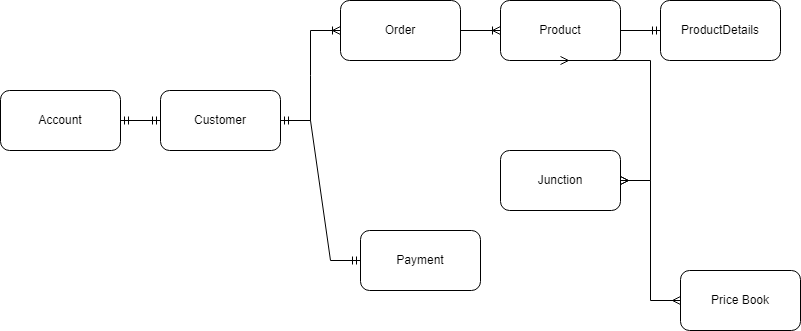
Before: ERD/P1ERD.png, a diagram exported from draw.io (22-03-14RevatureSalesforceTraining/Alchemy). Source tidied: cells renumbered, new cells last; positions are measured from the earlier drawing's top-left corner, leaving out a move shared by most shapes.
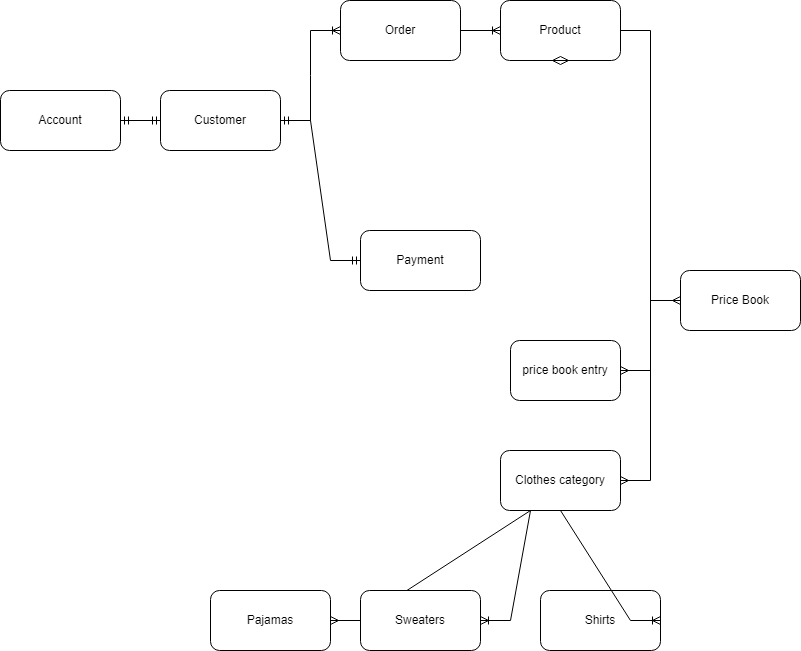
Later version of the same file.

Diff of the diagram source:
```diff
@@ -17,9 +17,6 @@
     <mxCell id="6" style="edgeStyle=entityRelationEdgeStyle;fontSize=12;html=1;endArrow=ERoneToMany;rounded=0;entryX=0;entryY=0.5;entryDx=0;entryDy=0;exitX=1;exitY=0.5;exitDx=0;exitDy=0;" parent="1" edge="1" source="4" target="5">
       <mxGeometry relative="1" as="geometry" />
     </mxCell>
-    <mxCell id="7" value="ProductDetails" style="rounded=1;whiteSpace=wrap;html=1;" parent="1" vertex="1">
-      <mxGeometry x="660" width="120" height="60" as="geometry" />
-    </mxCell>
     <mxCell id="8" value="Payment" style="rounded=1;whiteSpace=wrap;html=1;" parent="1" vertex="1">
       <mxGeometry x="360" y="230" width="120" height="60" as="geometry" />
     </mxCell>
@@ -32,11 +29,8 @@
     <mxCell id="11" style="edgeStyle=entityRelationEdgeStyle;fontSize=12;html=1;endArrow=ERmandOne;startArrow=ERmandOne;rounded=0;entryX=0;entryY=0.5;entryDx=0;entryDy=0;exitX=1;exitY=0.5;exitDx=0;exitDy=0;" parent="1" edge="1" source="2" target="8">
       <mxGeometry relative="1" as="geometry" />
     </mxCell>
-    <mxCell id="12" style="edgeStyle=entityRelationEdgeStyle;fontSize=12;html=1;endArrow=ERmandOne;rounded=0;entryX=0;entryY=0.5;entryDx=0;entryDy=0;" parent="1" edge="1" source="5" target="7">
-      <mxGeometry relative="1" as="geometry" />
-    </mxCell>
-    <mxCell id="13" value="Junction" style="rounded=1;whiteSpace=wrap;html=1;" parent="1" vertex="1">
-      <mxGeometry x="500" y="150" width="120" height="60" as="geometry" />
+    <mxCell id="13" value="price book entry" style="rounded=1;whiteSpace=wrap;html=1;" parent="1" vertex="1">
+      <mxGeometry x="510" y="340" width="110" height="60" as="geometry" />
     </mxCell>
     <mxCell id="14" value="Price Book" style="rounded=1;whiteSpace=wrap;html=1;" parent="1" vertex="1">
       <mxGeometry x="680" y="270" width="120" height="60" as="geometry" />
@@ -44,8 +38,34 @@
     <mxCell id="15" style="edgeStyle=entityRelationEdgeStyle;fontSize=12;html=1;endArrow=ERmany;startArrow=ERmany;rounded=0;entryX=1;entryY=0.5;entryDx=0;entryDy=0;exitX=0;exitY=0.5;exitDx=0;exitDy=0;" parent="1" edge="1" source="14" target="13">
       <mxGeometry relative="1" as="geometry" />
     </mxCell>
-    <mxCell id="16" style="edgeStyle=entityRelationEdgeStyle;fontSize=12;html=1;endArrow=ERmany;startArrow=ERmany;rounded=0;entryX=0.5;entryY=1;entryDx=0;entryDy=0;" parent="1" edge="1" source="13" target="5">
-      <mxGeometry relative="1" as="geometry" />
+    <mxCell id="16" style="edgeStyle=entityRelationEdgeStyle;fontSize=12;html=1;endArrow=ERmany;startArrow=ERmany;rounded=0;exitX=0.5;exitY=1;exitDx=0;exitDy=0;" parent="1" edge="1" source="5">
+      <mxGeometry relative="1" as="geometry">
+        <mxPoint x="560" y="60" as="targetPoint" />
+      </mxGeometry>
     </mxCell>
+    <mxCell id="17" style="edgeStyle=entityRelationEdgeStyle;fontSize=12;html=1;endArrow=ERmany;rounded=0;exitX=1;exitY=0.5;exitDx=0;exitDy=0;" parent="1" edge="1" source="5" target="18">
+      <mxGeometry relative="1" as="geometry" />
+    </mxCell>
+    <mxCell id="18" value="Clothes category" style="rounded=1;whiteSpace=wrap;html=1;" parent="1" vertex="1">
+      <mxGeometry x="500" y="450" width="120" height="60" as="geometry" />
+    </mxCell>
+    <mxCell id="19" style="edgeStyle=entityRelationEdgeStyle;fontSize=12;html=1;endArrow=ERmany;rounded=0;exitX=0.5;exitY=1;exitDx=0;exitDy=0;entryX=1;entryY=0.5;entryDx=0;entryDy=0;" parent="1" edge="1" source="18" target="20">
+      <mxGeometry relative="1" as="geometry" />
+    </mxCell>
+    <mxCell id="20" value="Pajamas" style="rounded=1;whiteSpace=wrap;html=1;" parent="1" vertex="1">
+      <mxGeometry x="210" y="590" width="120" height="60" as="geometry" />
+    </mxCell>
+    <mxCell id="21" value="Sweaters" style="rounded=1;whiteSpace=wrap;html=1;" parent="1" vertex="1">
+      <mxGeometry x="360" y="590" width="120" height="60" as="geometry" />
+    </mxCell>
+    <mxCell id="22" value="Shirts" style="rounded=1;whiteSpace=wrap;html=1;" parent="1" vertex="1">
+      <mxGeometry x="540" y="590" width="120" height="60" as="geometry" />
+    </mxCell>
+    <mxCell id="23" style="edgeStyle=entityRelationEdgeStyle;fontSize=12;html=1;endArrow=ERoneToMany;rounded=0;exitX=0.5;exitY=1;exitDx=0;exitDy=0;entryX=1;entryY=0.5;entryDx=0;entryDy=0;" parent="1" edge="1" source="18" target="21">
+      <mxGeometry relative="1" as="geometry" />
+    </mxCell>
+    <mxCell id="24" style="edgeStyle=entityRelationEdgeStyle;fontSize=12;html=1;endArrow=ERoneToMany;rounded=0;exitX=0.25;exitY=1;exitDx=0;exitDy=0;entryX=1;entryY=0.5;entryDx=0;entryDy=0;" parent="1" edge="1" source="18" target="22">
+      <mxGeometry relative="1" as="geometry" />
+    </mxCell>
   </root>
 </mxGraphModel>
```
